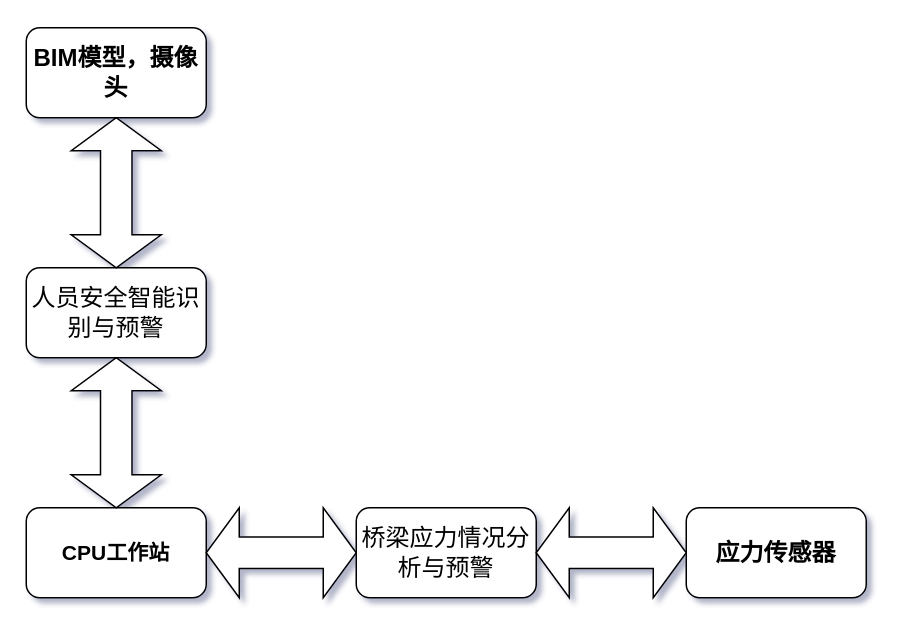
The draw.io diagram 系统物理结构.drawio in ysl-ccc/supermall, before the edit. Source tidied: cells renumbered, new cells numbered last; positions are measured from the earlier drawing's top-left corner, leaving out a move shared by most shapes. Both pictures are drawn from the tidied source at 150%, with x=0, y=0 at pixel (26, 27).
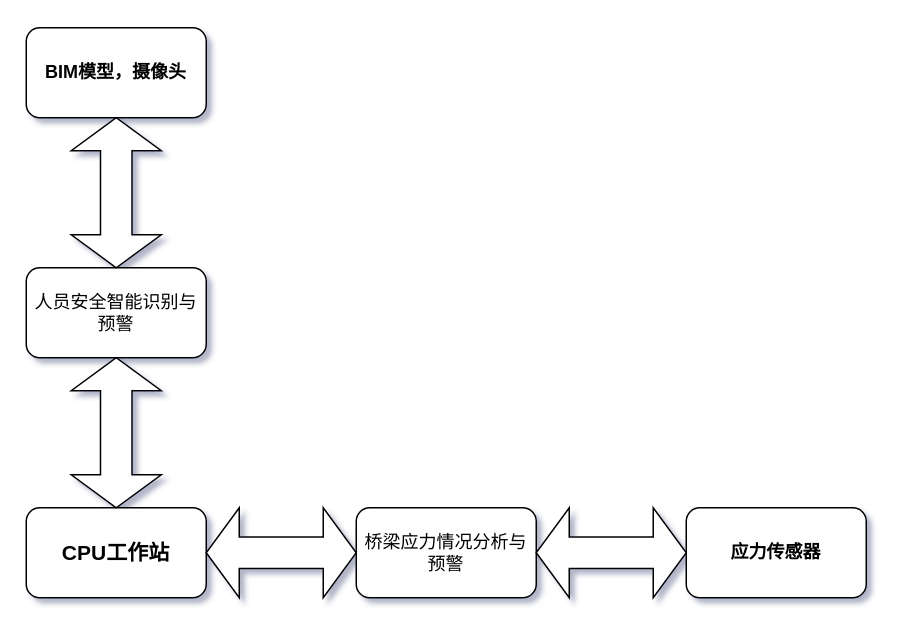
Above is the later version.

Commit message:
更新系统物理结构.drawio

The edit, as a diff of the source:
```diff
@@
 <mxGraphModel shadow="1">
   <root>
     <mxCell id="0" />
     <mxCell id="1" parent="0" />
     <mxCell id="2" value="&lt;b style=&quot;font-size: 14px;&quot;&gt;CPU工作站&lt;/b&gt;" style="rounded=1;whiteSpace=wrap;html=1;fontSize=14;" parent="1" vertex="1">
       <mxGeometry y="320" width="120" height="60" as="geometry" />
     </mxCell>
     <mxCell id="3" style="html=1;shadow=0;dashed=0;align=center;verticalAlign=middle;shape=mxgraph.arrows2.twoWayArrow;dy=0.65;dx=22;rotation=0;direction=north;" parent="1" vertex="1">
       <mxGeometry x="30" y="220" width="60" height="100" as="geometry" />
     </mxCell>
-    <mxCell id="4" value="&lt;p class=&quot;MsoNormal&quot;&gt;&lt;span style=&quot;font-family: &amp;#34;times new roman&amp;#34; ; font-size: 12.0000pt&quot;&gt;&lt;font face=&quot;宋体&quot;&gt;人员安全智能识别与预警&lt;/font&gt;&lt;/span&gt;&lt;/p&gt;" style="rounded=1;whiteSpace=wrap;html=1;rotation=0;direction=east;" parent="1" vertex="1">
+    <mxCell id="4" value="&lt;p class=&quot;MsoNormal&quot; style=&quot;font-size: 12px;&quot;&gt;&lt;span style=&quot;font-family: &amp;quot;times new roman&amp;quot;; font-size: 12px;&quot;&gt;&lt;font face=&quot;宋体&quot; style=&quot;font-size: 12px;&quot;&gt;人员安全智能识别与预警&lt;/font&gt;&lt;/span&gt;&lt;/p&gt;" style="rounded=1;whiteSpace=wrap;html=1;rotation=0;direction=east;fontSize=12;" parent="1" vertex="1">
       <mxGeometry y="160" width="120" height="60" as="geometry" />
     </mxCell>
     <mxCell id="5" style="html=1;shadow=0;dashed=0;align=center;verticalAlign=middle;shape=mxgraph.arrows2.twoWayArrow;dy=0.65;dx=22;rotation=0;direction=north;" parent="1" vertex="1">
       <mxGeometry x="30" y="60" width="60" height="100" as="geometry" />
     </mxCell>
-    <mxCell id="6" value="&lt;p class=&quot;MsoNormal&quot;&gt;&lt;span style=&quot;font-family: &amp;quot;times new roman&amp;quot; ; font-size: 12.0000pt&quot;&gt;&lt;font face=&quot;宋体&quot;&gt;BIM模型，摄像头&lt;/font&gt;&lt;/span&gt;&lt;/p&gt;" style="rounded=1;whiteSpace=wrap;html=1;fontStyle=1;rotation=0;direction=east;" parent="1" vertex="1">
+    <mxCell id="6" value="&lt;p class=&quot;MsoNormal&quot; style=&quot;font-size: 12px;&quot;&gt;&lt;span style=&quot;font-family: &amp;quot;times new roman&amp;quot;; font-size: 12px;&quot;&gt;&lt;font face=&quot;宋体&quot; style=&quot;font-size: 12px;&quot;&gt;BIM模型，摄像头&lt;/font&gt;&lt;/span&gt;&lt;/p&gt;" style="rounded=1;whiteSpace=wrap;html=1;fontStyle=1;rotation=0;direction=east;fontSize=12;" parent="1" vertex="1">
       <mxGeometry width="120" height="60" as="geometry" />
     </mxCell>
     <mxCell id="7" style="html=1;shadow=0;dashed=0;align=center;verticalAlign=middle;shape=mxgraph.arrows2.twoWayArrow;dy=0.65;dx=22;" parent="1" vertex="1">
       <mxGeometry x="120" y="320" width="100" height="60" as="geometry" />
     </mxCell>
-    <mxCell id="8" value="&lt;p class=&quot;MsoNormal&quot;&gt;&lt;span style=&quot;font-size: 12.0000pt&quot;&gt;&lt;font face=&quot;宋体&quot;&gt;桥梁应力情况分析&lt;/font&gt;&lt;font face=&quot;宋体&quot;&gt;与预警&lt;/font&gt;&lt;/span&gt;&lt;/p&gt;" style="rounded=1;whiteSpace=wrap;html=1;" parent="1" vertex="1">
+    <mxCell id="8" value="&lt;p class=&quot;MsoNormal&quot; style=&quot;font-size: 12px;&quot;&gt;&lt;span style=&quot;font-size: 12px;&quot;&gt;&lt;font face=&quot;宋体&quot; style=&quot;font-size: 12px;&quot;&gt;桥梁应力情况分析&lt;/font&gt;&lt;font face=&quot;宋体&quot; style=&quot;font-size: 12px;&quot;&gt;与预警&lt;/font&gt;&lt;/span&gt;&lt;/p&gt;" style="rounded=1;whiteSpace=wrap;html=1;fontSize=12;" parent="1" vertex="1">
       <mxGeometry x="220" y="320" width="120" height="60" as="geometry" />
     </mxCell>
-    <mxCell id="9" value="&lt;p class=&quot;MsoNormal&quot;&gt;&lt;span style=&quot;font-family: &amp;#34;times new roman&amp;#34; ; font-size: 12.0000pt&quot;&gt;&lt;font face=&quot;宋体&quot;&gt;应力传感器&lt;/font&gt;&lt;/span&gt;&lt;/p&gt;" style="rounded=1;whiteSpace=wrap;html=1;fontStyle=1;" parent="1" vertex="1">
+    <mxCell id="9" value="&lt;p class=&quot;MsoNormal&quot; style=&quot;font-size: 12px;&quot;&gt;&lt;span style=&quot;font-family: &amp;quot;times new roman&amp;quot;; font-size: 12px;&quot;&gt;&lt;font face=&quot;宋体&quot; style=&quot;font-size: 12px;&quot;&gt;应力传感器&lt;/font&gt;&lt;/span&gt;&lt;/p&gt;" style="rounded=1;whiteSpace=wrap;html=1;fontStyle=1;fontSize=12;" parent="1" vertex="1">
       <mxGeometry x="440" y="320" width="120" height="60" as="geometry" />
     </mxCell>
     <mxCell id="10" style="html=1;shadow=0;dashed=0;align=center;verticalAlign=middle;shape=mxgraph.arrows2.twoWayArrow;dy=0.65;dx=22;" parent="1" vertex="1">
       <mxGeometry x="340" y="320" width="100" height="60" as="geometry" />
     </mxCell>
   </root>
 </mxGraphModel>
```
